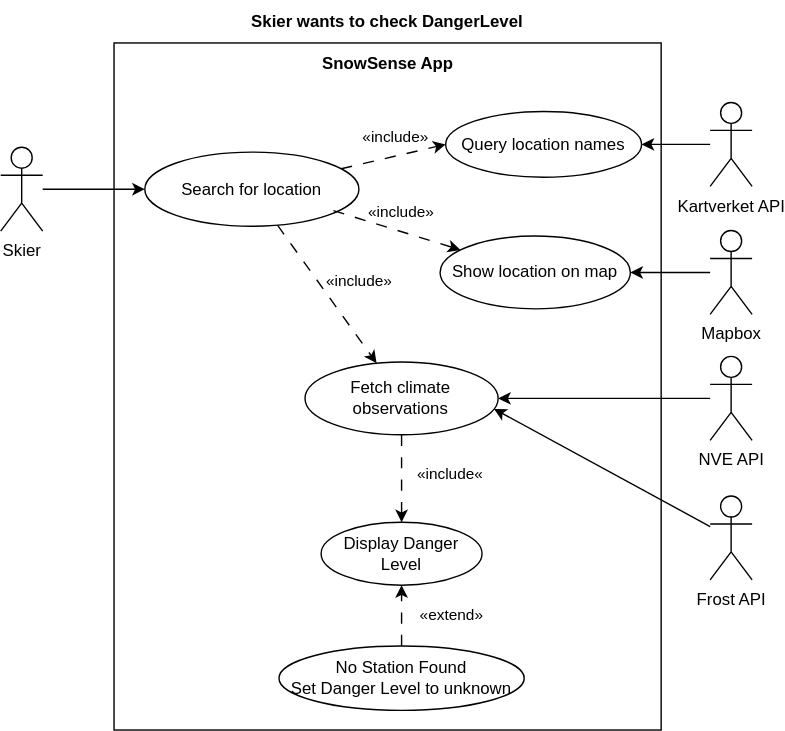
Above: docs/use_case_1.svg in ajgrow/snowsense (draw.io), before the change. Source tidied: cells renumbered, new cells last; positions are measured from the earlier drawing's top-left corner, leaving out a move shared by most shapes.
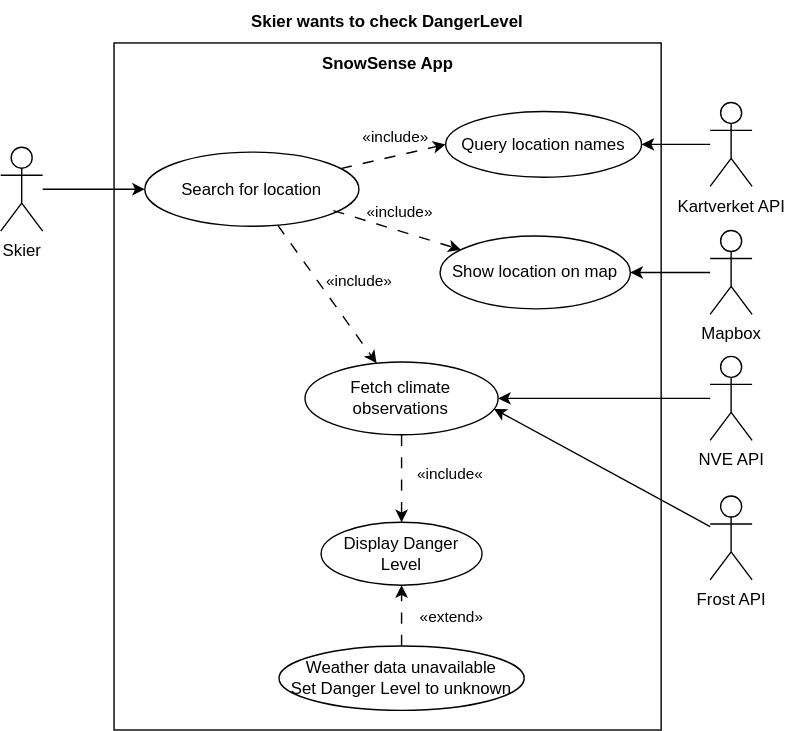
Later version of the same file.

Commit message:
Update use case 1 diagram

What changed in the source:
```diff
@@ -96,7 +96,7 @@
         <mxPoint x="36" as="offset" />
       </mxGeometry>
     </mxCell>
-    <mxCell id="30" value="No Station Found&lt;div&gt;Set Danger Level to unknown&lt;/div&gt;" style="ellipse;whiteSpace=wrap;html=1;" parent="1" vertex="1">
+    <mxCell id="30" value="&lt;div&gt;Weather data unavailable&lt;/div&gt;&lt;div&gt;Set Danger Level to unknown&lt;/div&gt;" style="ellipse;whiteSpace=wrap;html=1;" parent="1" vertex="1">
       <mxGeometry x="198.9" y="461" width="175.2" height="46" as="geometry" />
     </mxCell>
   </root>
```
